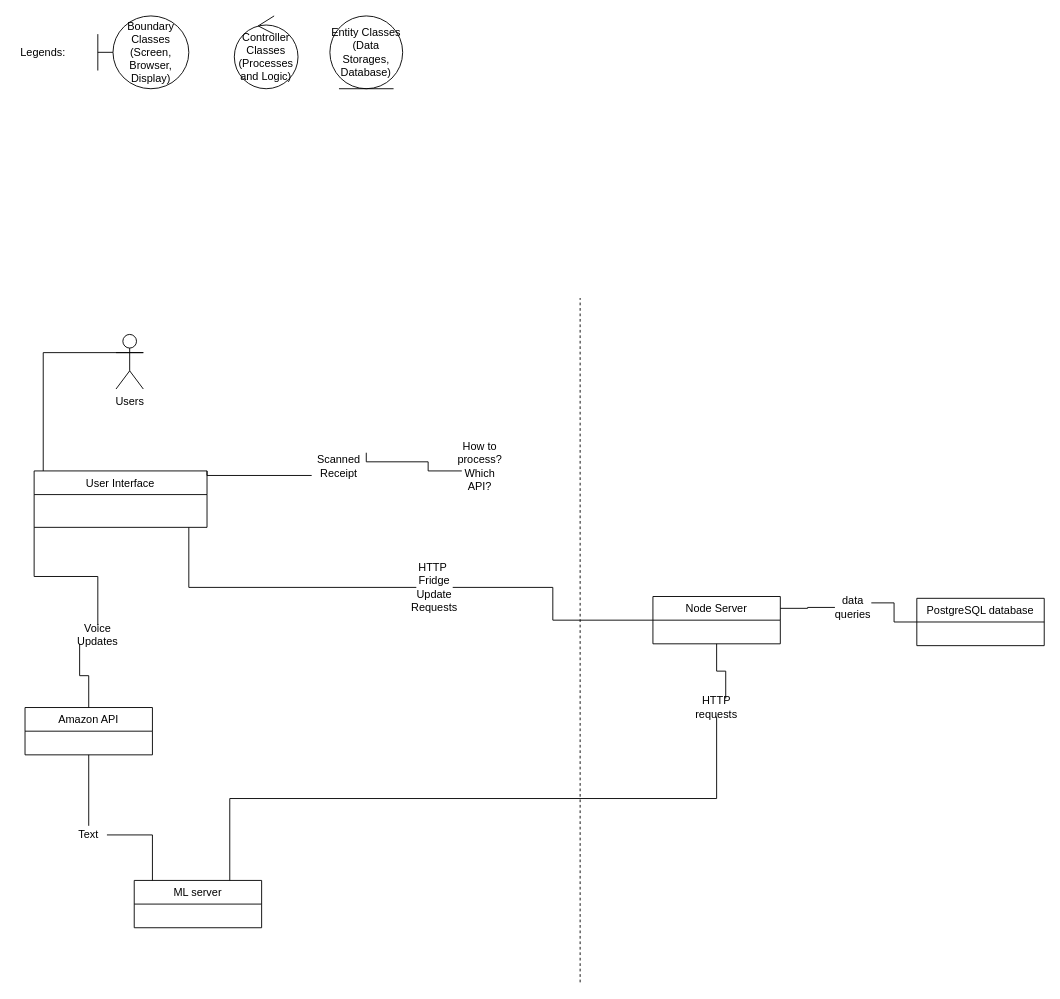
Above: lol.drawio in What-The-Fridge/What-The-Fridge (draw.io), before the change. Source tidied: cells renumbered, new cells numbered last; positions are measured from the earlier drawing's top-left corner, leaving out a move shared by most shapes. Both pictures are drawn from the tidied source at 91%, with x=0, y=0 at pixel (15, 15).
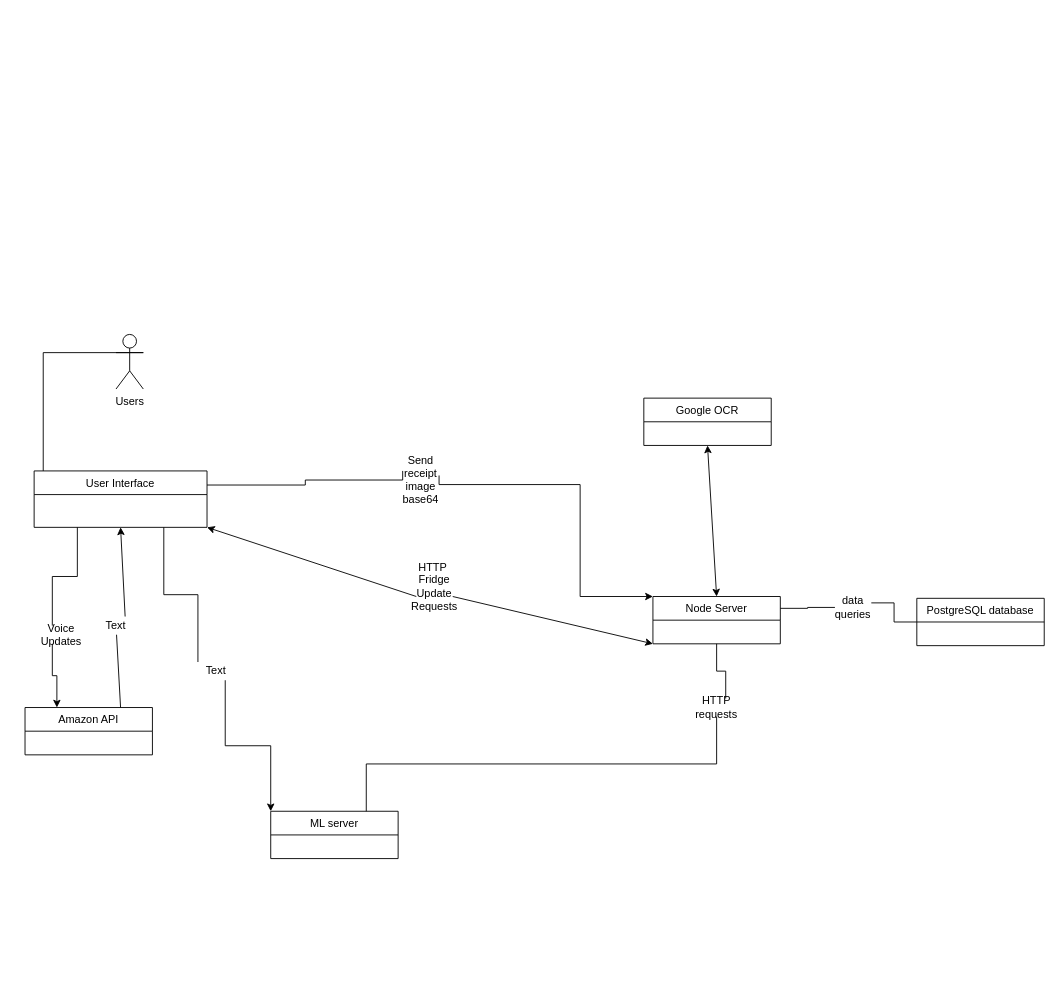
The same diagram, later.

Commit message:
update system design

Unchanged cells that the change refers to:
```xml
<mxCell id="11" value="User Interface" style="swimlane;fontStyle=0;horizontal=1;startSize=26;fillColor=none;" parent="1" vertex="1">
  <mxGeometry x="20" y="500" width="190" height="62" as="geometry" />
</mxCell>
<mxCell id="14" value="Node Server" style="swimlane;fontStyle=0;horizontal=1;startSize=26;fillColor=none;" parent="1" vertex="1">
  <mxGeometry x="700" y="638" width="140" height="52" as="geometry" />
</mxCell>
<mxCell id="18" value="Amazon API" style="swimlane;fontStyle=0;horizontal=1;startSize=26;fillColor=none;" parent="1" vertex="1">
  <mxGeometry x="10" y="760" width="140" height="52" as="geometry" />
</mxCell>
```

The edit, as a diff of the source:
```diff
@@
-    <mxCell id="4" value="Boundary Classes (Screen, Browser, Display)" style="shape=umlBoundary;whiteSpace=wrap;html=1;" parent="1" vertex="1">
-      <mxGeometry x="90" width="100" height="80" as="geometry" />
-    </mxCell>
-    <mxCell id="5" value="Legends:" style="text;html=1;strokeColor=none;fillColor=none;align=center;verticalAlign=middle;whiteSpace=wrap;rounded=0;" parent="1" vertex="1">
-      <mxGeometry y="25" width="60" height="30" as="geometry" />
-    </mxCell>
-    <mxCell id="6" value="Controller Classes (Processes and Logic)" style="ellipse;shape=umlControl;whiteSpace=wrap;html=1;" parent="1" vertex="1">
-      <mxGeometry x="240" width="70" height="80" as="geometry" />
-    </mxCell>
-    <mxCell id="7" value="Entity Classes (Data Storages, Database)" style="ellipse;shape=umlEntity;whiteSpace=wrap;html=1;" parent="1" vertex="1">
-      <mxGeometry x="345" width="80" height="80" as="geometry" />
-    </mxCell>
+    <mxCell id="33" style="edgeStyle=orthogonalEdgeStyle;rounded=0;jettySize=auto;html=1;exitX=1;exitY=0.25;exitDx=0;exitDy=0;entryX=0;entryY=0;entryDx=0;entryDy=0;startArrow=none;" parent="1" edge="1" source="36" target="14">
+      <mxGeometry relative="1" as="geometry">
+        <Array as="points">
+          <mxPoint x="620" y="515" />
+          <mxPoint x="620" y="638" />
+        </Array>
+      </mxGeometry>
+    </mxCell>
-    <mxCell id="8" style="edgeStyle=orthogonalEdgeStyle;rounded=0;jettySize=auto;html=1;exitX=0;exitY=1;exitDx=0;exitDy=0;startArrow=none;endArrow=none;endFill=0;" parent="1" edge="1" source="20" target="18">
+    <mxCell id="8" style="edgeStyle=orthogonalEdgeStyle;rounded=0;jettySize=auto;html=1;exitX=0.25;exitY=1;exitDx=0;exitDy=0;entryX=0.25;entryY=0;entryDx=0;entryDy=0;startArrow=none;" parent="1" edge="1" source="20" target="18">
       <mxGeometry relative="1" as="geometry" />
     </mxCell>
-    <mxCell id="9" style="edgeStyle=orthogonalEdgeStyle;rounded=0;jettySize=auto;html=1;startArrow=none;endArrow=none;endFill=0;startFill=0;" parent="1" edge="1" source="26" target="14">
-      <mxGeometry relative="1" as="geometry" />
-    </mxCell>
-    <mxCell id="10" style="edgeStyle=orthogonalEdgeStyle;rounded=0;jettySize=auto;html=1;exitX=1;exitY=0;exitDx=0;exitDy=0;startArrow=none;startFill=0;endArrow=none;endFill=0;" parent="1" edge="1" source="30">
-      <mxGeometry relative="1" as="geometry">
-        <mxPoint x="490" y="500" as="targetPoint" />
-        <Array as="points">
-          <mxPoint x="453" y="490" />
-          <mxPoint x="453" y="500" />
-        </Array>
-      </mxGeometry>
-    </mxCell>
+    <mxCell id="17" style="edgeStyle=orthogonalEdgeStyle;rounded=0;jettySize=auto;html=1;exitX=0.75;exitY=1;exitDx=0;exitDy=0;entryX=0;entryY=0;entryDx=0;entryDy=0;startArrow=none;" parent="1" edge="1" source="22" target="16">
+      <mxGeometry relative="1" as="geometry" />
+    </mxCell>
@@
     <mxCell id="16" value="ML server" style="swimlane;fontStyle=0;horizontal=1;startSize=26;fillColor=none;" parent="1" vertex="1">
-      <mxGeometry x="130" y="950" width="140" height="52" as="geometry" />
+      <mxGeometry x="280" y="874" width="140" height="52" as="geometry" />
     </mxCell>
-    <mxCell id="17" style="edgeStyle=orthogonalEdgeStyle;rounded=0;jettySize=auto;html=1;exitX=1;exitY=0.5;exitDx=0;exitDy=0;startArrow=none;endArrow=none;endFill=0;" parent="1" edge="1" source="22" target="16">
-      <mxGeometry relative="1" as="geometry">
-        <Array as="points">
-          <mxPoint x="150" y="910" />
-          <mxPoint x="150" y="910" />
-        </Array>
-      </mxGeometry>
-    </mxCell>
@@
-    <mxCell id="19" style="endArrow=none;dashed=1;html=1;" parent="1" edge="1">
-      <mxGeometry relative="1" as="geometry">
-        <mxPoint x="620" y="1062" as="sourcePoint" />
-        <mxPoint x="620" y="310" as="targetPoint" />
-      </mxGeometry>
-    </mxCell>
+    <mxCell id="24" value="HTTP requests" style="text;html=1;strokeColor=none;fillColor=none;align=center;verticalAlign=middle;whiteSpace=wrap;rounded=0;" parent="1" vertex="1">
+      <mxGeometry x="750" y="750" width="40" height="20" as="geometry" />
+    </mxCell>
+    <mxCell id="25" style="edgeStyle=orthogonalEdgeStyle;rounded=0;jettySize=auto;html=1;exitX=0.75;exitY=0;exitDx=0;exitDy=0;entryX=0.5;entryY=1;entryDx=0;entryDy=0;endArrow=none;endFill=0;startArrow=none;startFill=0;" parent="1" edge="1" source="16" target="24">
+      <mxGeometry relative="1" as="geometry" />
+    </mxCell>
+    <mxCell id="28" value="data queries" style="text;html=1;strokeColor=none;fillColor=none;align=center;verticalAlign=middle;whiteSpace=wrap;rounded=0;" parent="1" vertex="1">
+      <mxGeometry x="900" y="640" width="40" height="20" as="geometry" />
+    </mxCell>
+    <mxCell id="29" style="edgeStyle=orthogonalEdgeStyle;rounded=0;jettySize=auto;html=1;exitX=1;exitY=0.25;exitDx=0;exitDy=0;endArrow=none;" parent="1" edge="1" source="14" target="28">
+      <mxGeometry relative="1" as="geometry" />
+    </mxCell>
+    <mxCell id="34" value="Google OCR" style="swimlane;fontStyle=0;horizontal=1;startSize=26;fillColor=none;" parent="1" vertex="1">
+      <mxGeometry x="690" y="420" width="140" height="52" as="geometry" />
+    </mxCell>
+    <mxCell id="35" style="endArrow=classic;startArrow=classic;html=1;entryX=0.5;entryY=1;entryDx=0;entryDy=0;exitX=0.5;exitY=0;exitDx=0;exitDy=0;" parent="1" edge="1" source="14" target="34">
+      <mxGeometry relative="1" as="geometry" />
+    </mxCell>
+    <mxCell id="36" value="Send receipt image base64" style="text;html=1;strokeColor=none;fillColor=none;align=center;verticalAlign=middle;whiteSpace=wrap;rounded=0;" parent="1" vertex="1">
+      <mxGeometry x="425" y="500" width="40" height="20" as="geometry" />
+    </mxCell>
+    <mxCell id="37" style="edgeStyle=orthogonalEdgeStyle;rounded=0;jettySize=auto;html=1;exitX=1;exitY=0.25;exitDx=0;exitDy=0;entryX=0;entryY=0;entryDx=0;entryDy=0;endArrow=none;" parent="1" edge="1" source="11" target="36">
+      <mxGeometry relative="1" as="geometry">
+        <Array as="points">
+          <mxPoint x="318" y="515" />
+          <mxPoint x="318" y="510" />
+          <mxPoint x="425" y="510" />
+        </Array>
+      </mxGeometry>
+    </mxCell>
+    <mxCell id="38" style="endArrow=classic;html=1;exitX=0.75;exitY=0;exitDx=0;exitDy=0;startArrow=none;entryX=0.5;entryY=1;entryDx=0;entryDy=0;" parent="1" edge="1" source="39" target="11">
+      <mxGeometry relative="1" as="geometry" />
+    </mxCell>
+    <mxCell id="39" value="Text" style="text;html=1;strokeColor=none;fillColor=none;align=center;verticalAlign=middle;whiteSpace=wrap;rounded=0;" parent="1" vertex="1">
+      <mxGeometry x="90" y="660" width="40" height="20" as="geometry" />
+    </mxCell>
+    <mxCell id="40" style="endArrow=none;html=1;exitX=0.75;exitY=0;exitDx=0;exitDy=0;" parent="1" edge="1" source="18" target="39">
+      <mxGeometry relative="1" as="geometry" />
+    </mxCell>
     <mxCell id="20" value="Voice Updates" style="text;html=1;strokeColor=none;fillColor=none;align=center;verticalAlign=middle;whiteSpace=wrap;rounded=0;" parent="1" vertex="1">
-      <mxGeometry x="70" y="670" width="40" height="20" as="geometry" />
+      <mxGeometry x="30" y="670" width="40" height="20" as="geometry" />
     </mxCell>
-    <mxCell id="21" style="edgeStyle=orthogonalEdgeStyle;rounded=0;jettySize=auto;html=1;exitX=0;exitY=1;exitDx=0;exitDy=0;endArrow=none;endFill=0;startArrow=none;startFill=0;" parent="1" edge="1" source="11" target="20">
+    <mxCell id="21" style="edgeStyle=orthogonalEdgeStyle;rounded=0;jettySize=auto;html=1;exitX=0.25;exitY=1;exitDx=0;exitDy=0;entryX=0.25;entryY=0;entryDx=0;entryDy=0;endArrow=none;" parent="1" edge="1" source="11" target="20">
       <mxGeometry relative="1" as="geometry" />
     </mxCell>
-    <mxCell id="22" value="Text" style="text;html=1;strokeColor=none;fillColor=none;align=center;verticalAlign=middle;whiteSpace=wrap;rounded=0;" parent="1" vertex="1">
-      <mxGeometry x="60" y="890" width="40" height="20" as="geometry" />
-    </mxCell>
-    <mxCell id="23" style="edgeStyle=orthogonalEdgeStyle;rounded=0;jettySize=auto;html=1;endArrow=none;endFill=0;startArrow=none;startFill=0;" parent="1" edge="1" source="18" target="22">
-      <mxGeometry relative="1" as="geometry" />
-    </mxCell>
-    <mxCell id="24" value="HTTP requests" style="text;html=1;strokeColor=none;fillColor=none;align=center;verticalAlign=middle;whiteSpace=wrap;rounded=0;" parent="1" vertex="1">
-      <mxGeometry x="750" y="750" width="40" height="20" as="geometry" />
-    </mxCell>
-    <mxCell id="25" style="edgeStyle=orthogonalEdgeStyle;rounded=0;jettySize=auto;html=1;exitX=0.75;exitY=0;exitDx=0;exitDy=0;entryX=0.5;entryY=1;entryDx=0;entryDy=0;endArrow=none;endFill=0;startArrow=none;startFill=0;" parent="1" edge="1" source="16" target="24">
-      <mxGeometry relative="1" as="geometry" />
-    </mxCell>
+    <mxCell id="9" style="endArrow=classic;startArrow=none;html=1;exitX=1;exitY=1;exitDx=0;exitDy=0;entryX=0;entryY=1;entryDx=0;entryDy=0;" parent="1" edge="1" source="26" target="14">
+      <mxGeometry relative="1" as="geometry" />
+    </mxCell>
     <mxCell id="26" value="HTTP&amp;nbsp;&lt;br&gt;Fridge Update Requests" style="text;html=1;strokeColor=none;fillColor=none;align=center;verticalAlign=middle;whiteSpace=wrap;rounded=0;" parent="1" vertex="1">
-      <mxGeometry x="440" y="618" width="40" height="20" as="geometry" />
+      <mxGeometry x="440" y="616" width="40" height="22" as="geometry" />
     </mxCell>
-    <mxCell id="27" style="edgeStyle=orthogonalEdgeStyle;rounded=0;jettySize=auto;html=1;endArrow=none;" parent="1" edge="1" source="11" target="26">
-      <mxGeometry relative="1" as="geometry">
-        <Array as="points">
-          <mxPoint x="190" y="628" />
-        </Array>
-      </mxGeometry>
+    <mxCell id="27" style="endArrow=none;startArrow=classic;html=1;exitX=1;exitY=1;exitDx=0;exitDy=0;entryX=0;entryY=1;entryDx=0;entryDy=0;" parent="1" edge="1" source="11" target="26">
+      <mxGeometry relative="1" as="geometry" />
     </mxCell>
-    <mxCell id="28" value="data queries" style="text;html=1;strokeColor=none;fillColor=none;align=center;verticalAlign=middle;whiteSpace=wrap;rounded=0;" parent="1" vertex="1">
-      <mxGeometry x="900" y="640" width="40" height="20" as="geometry" />
-    </mxCell>
-    <mxCell id="29" style="edgeStyle=orthogonalEdgeStyle;rounded=0;jettySize=auto;html=1;exitX=1;exitY=0.25;exitDx=0;exitDy=0;endArrow=none;" parent="1" edge="1" source="14" target="28">
-      <mxGeometry relative="1" as="geometry" />
-    </mxCell>
-    <mxCell id="30" value="Scanned Receipt" style="text;html=1;strokeColor=none;fillColor=none;align=center;verticalAlign=middle;whiteSpace=wrap;rounded=0;" parent="1" vertex="1">
-      <mxGeometry x="325" y="480" width="60" height="30" as="geometry" />
-    </mxCell>
-    <mxCell id="31" style="edgeStyle=orthogonalEdgeStyle;rounded=0;jettySize=auto;html=1;exitX=1;exitY=0;exitDx=0;exitDy=0;startArrow=none;startFill=0;endArrow=none;endFill=0;" parent="1" edge="1" source="11" target="30">
-      <mxGeometry relative="1" as="geometry">
-        <Array as="points">
-          <mxPoint x="210" y="505" />
-        </Array>
-      </mxGeometry>
-    </mxCell>
-    <mxCell id="32" value="How to process? Which API?" style="text;html=1;strokeColor=none;fillColor=none;align=center;verticalAlign=middle;whiteSpace=wrap;rounded=0;" parent="1" vertex="1">
-      <mxGeometry x="480" y="480" width="60" height="30" as="geometry" />
-    </mxCell>
+    <mxCell id="22" value="Text" style="text;html=1;strokeColor=none;fillColor=none;align=center;verticalAlign=middle;whiteSpace=wrap;rounded=0;" parent="1" vertex="1">
+      <mxGeometry x="200" y="710" width="40" height="20" as="geometry" />
+    </mxCell>
+    <mxCell id="41" style="edgeStyle=orthogonalEdgeStyle;rounded=0;jettySize=auto;html=1;exitX=0.75;exitY=1;exitDx=0;exitDy=0;entryX=0;entryY=0;entryDx=0;entryDy=0;endArrow=none;" parent="1" edge="1" source="11" target="22">
+      <mxGeometry relative="1" as="geometry" />
+    </mxCell>
```
